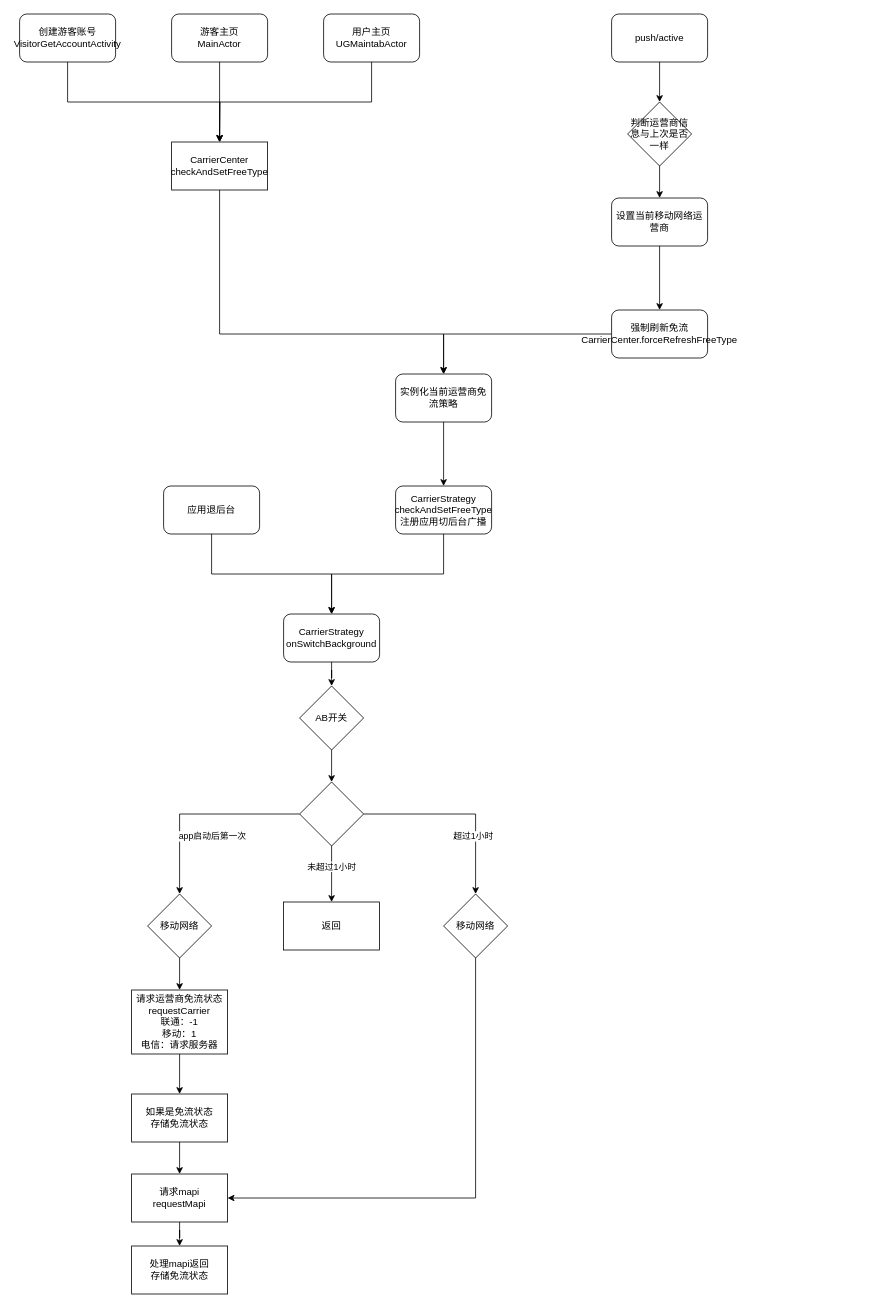
This is weibo/微博免流.drawio from huabeiyipilang/disk, a draw.io file, before an edit. Source tidied: cells renumbered, new cells numbered last; positions are measured from the earlier drawing's top-left corner, leaving out a move shared by most shapes. Both pictures are drawn from the tidied source at 80%, with x=0, y=0 at pixel (19, 14).
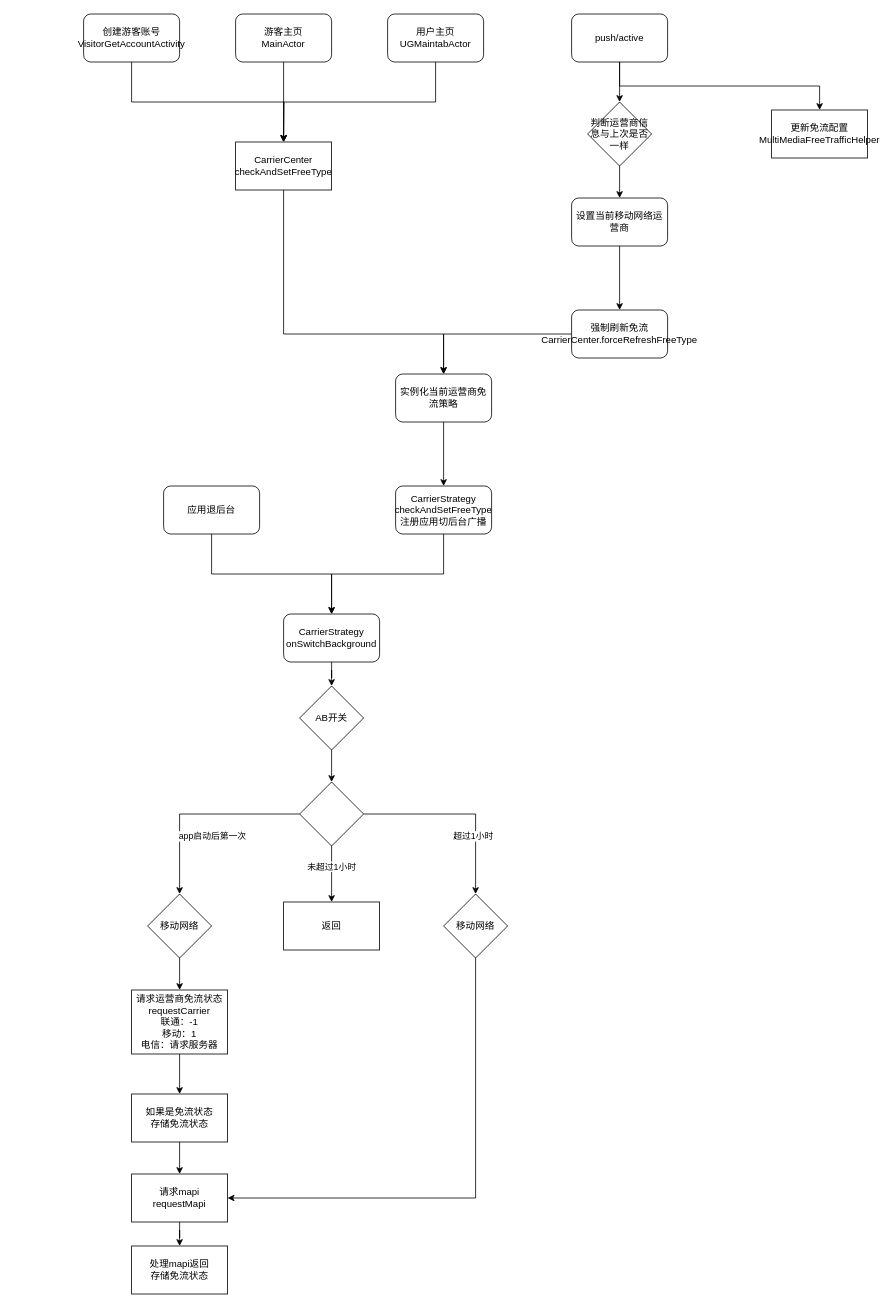
After the change.

The change refers to these unchanged cells:
```xml
<mxCell id="19" value="实例化当前运营商免流策略" style="whiteSpace=wrap;html=1;rounded=1;" parent="1" vertex="1">
  <mxGeometry x="470" y="450" width="120" height="60" as="geometry" />
</mxCell>
```

What changed in the source:
```diff
@@
     <mxCell id="2" style="edgeStyle=orthogonalEdgeStyle;rounded=0;jettySize=auto;html=1;exitX=0.5;exitY=1;exitDx=0;exitDy=0;" parent="1" edge="1" source="3">
       <mxGeometry relative="1" as="geometry">
-        <mxPoint x="250" y="160" as="targetPoint" />
+        <mxPoint x="330" y="160" as="targetPoint" />
       </mxGeometry>
     </mxCell>
     <mxCell id="3" value="创建游客账号&lt;br&gt;VisitorGetAccountActivity" style="rounded=1;whiteSpace=wrap;html=1;" parent="1" vertex="1">
-      <mxGeometry width="120" height="60" as="geometry" />
+      <mxGeometry x="80" width="120" height="60" as="geometry" />
     </mxCell>
@@
     <mxCell id="5" value="游客主页&lt;br&gt;MainActor" style="rounded=1;whiteSpace=wrap;html=1;" parent="1" vertex="1">
-      <mxGeometry x="190" width="120" height="60" as="geometry" />
+      <mxGeometry x="270" width="120" height="60" as="geometry" />
     </mxCell>
@@
     <mxCell id="7" value="用户主页&lt;br&gt;UGMaintabActor" style="rounded=1;whiteSpace=wrap;html=1;" parent="1" vertex="1">
-      <mxGeometry x="380" width="120" height="60" as="geometry" />
+      <mxGeometry x="460" width="120" height="60" as="geometry" />
     </mxCell>
     <mxCell id="8" style="edgeStyle=orthogonalEdgeStyle;rounded=0;jettySize=auto;html=1;exitX=0.5;exitY=1;exitDx=0;exitDy=0;entryX=0.5;entryY=0;entryDx=0;entryDy=0;" parent="1" edge="1" source="9" target="19">
       <mxGeometry relative="1" as="geometry">
         <Array as="points">
-          <mxPoint x="250" y="400" />
+          <mxPoint x="330" y="400" />
           <mxPoint x="530" y="400" />
         </Array>
       </mxGeometry>
     </mxCell>
     <mxCell id="9" value="CarrierCenter&lt;br&gt;checkAndSetFreeType" style="rounded=0;whiteSpace=wrap;html=1;" parent="1" vertex="1">
-      <mxGeometry x="190" y="160" width="120" height="60" as="geometry" />
+      <mxGeometry x="270" y="160" width="120" height="60" as="geometry" />
     </mxCell>
@@
+    <mxCell id="47" style="edgeStyle=orthogonalEdgeStyle;rounded=0;jettySize=auto;html=1;exitX=0.5;exitY=1;exitDx=0;exitDy=0;entryX=0.5;entryY=0;entryDx=0;entryDy=0;" parent="1" edge="1" source="11" target="48">
+      <mxGeometry relative="1" as="geometry" />
+    </mxCell>
     <mxCell id="11" value="push/active" style="rounded=1;whiteSpace=wrap;html=1;" parent="1" vertex="1">
-      <mxGeometry x="740" width="120" height="60" as="geometry" />
+      <mxGeometry x="690" width="120" height="60" as="geometry" />
     </mxCell>
@@
     <mxCell id="13" value="判断运营商信息与上次是否一样" style="rhombus;whiteSpace=wrap;html=1;" parent="1" vertex="1">
-      <mxGeometry x="760" y="110" width="80" height="80" as="geometry" />
+      <mxGeometry x="710" y="110" width="80" height="80" as="geometry" />
     </mxCell>
@@
     <mxCell id="15" value="设置当前移动网络运营商" style="rounded=1;whiteSpace=wrap;html=1;" parent="1" vertex="1">
-      <mxGeometry x="740" y="230" width="120" height="60" as="geometry" />
+      <mxGeometry x="690" y="230" width="120" height="60" as="geometry" />
     </mxCell>
@@
     <mxCell id="17" value="强制刷新免流&lt;br&gt;CarrierCenter.forceRefreshFreeType" style="whiteSpace=wrap;html=1;rounded=1;" parent="1" vertex="1">
-      <mxGeometry x="740" y="370" width="120" height="60" as="geometry" />
+      <mxGeometry x="690" y="370" width="120" height="60" as="geometry" />
     </mxCell>
@@
+    <mxCell id="48" value="更新免流配置&lt;br&gt;MultiMediaFreeTrafficHelper" style="rounded=0;whiteSpace=wrap;html=1;" parent="1" vertex="1">
+      <mxGeometry x="940" y="120" width="120" height="60" as="geometry" />
+    </mxCell>
```
